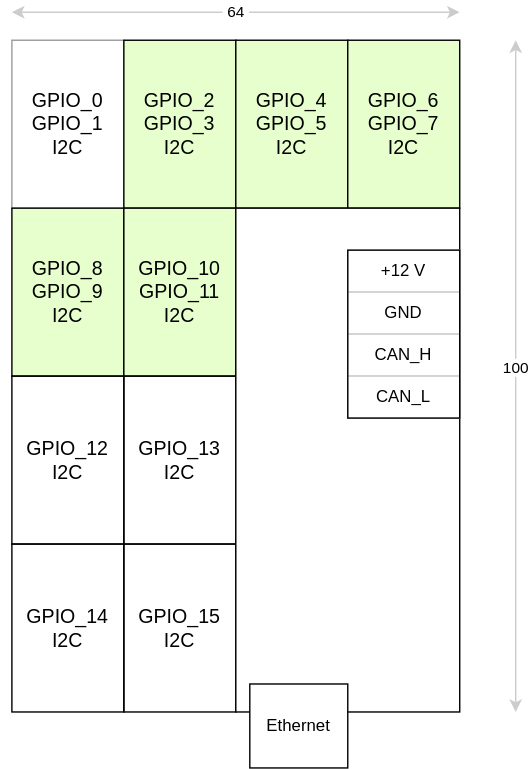
This is docs/esphome/extender2/eth_module.svg from atitoff/CSH4, a draw.io export, as it was before one commit. Source tidied: cells renumbered, new cells last; positions are measured from the earlier drawing's top-left corner, leaving out a move shared by most shapes.
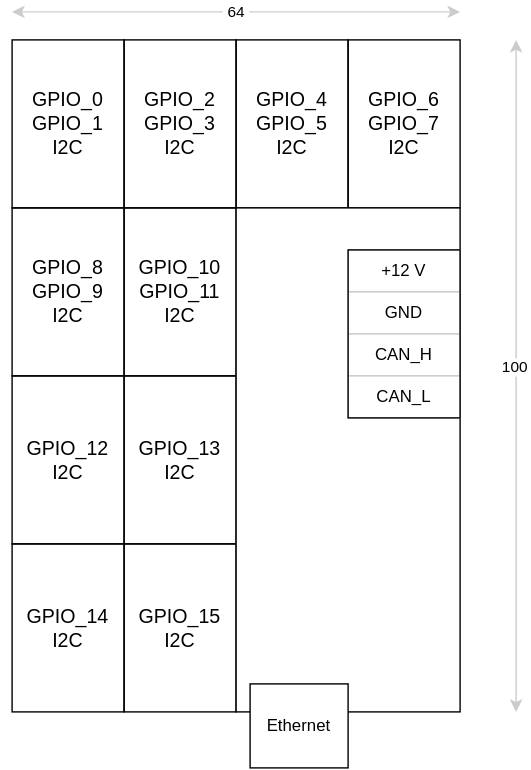
The same diagram one commit later.

Diff of the diagram source:
```diff
@@ -2,19 +2,19 @@
   <root>
     <mxCell id="0" />
     <mxCell id="1" parent="0" />
-    <mxCell id="2" value="GPIO_0&lt;div&gt;GPIO_1&lt;/div&gt;&lt;div&gt;I2C&lt;/div&gt;" style="rounded=0;whiteSpace=wrap;html=1;strokeColor=default;fillColor=default;fontSize=14;labelBorderColor=none;opacity=40;" parent="1" vertex="1">
+    <mxCell id="2" value="GPIO_0&lt;div&gt;GPIO_1&lt;/div&gt;&lt;div&gt;I2C&lt;/div&gt;" style="rounded=0;whiteSpace=wrap;html=1;strokeColor=#000000;fillColor=none;fontSize=14;labelBorderColor=none;fillStyle=auto;gradientColor=none;" parent="1" vertex="1">
       <mxGeometry y="20" width="80" height="120" as="geometry" />
     </mxCell>
-    <mxCell id="3" value="GPIO_2&lt;div&gt;GPIO_3&lt;/div&gt;&lt;div&gt;I2C&lt;/div&gt;" style="rounded=0;whiteSpace=wrap;html=1;strokeColor=default;fillColor=#E6FFCC;fontSize=14;" parent="1" vertex="1">
+    <mxCell id="3" value="GPIO_2&lt;div&gt;GPIO_3&lt;/div&gt;&lt;div&gt;I2C&lt;/div&gt;" style="rounded=0;whiteSpace=wrap;html=1;strokeColor=default;fillColor=none;fontSize=14;" parent="1" vertex="1">
       <mxGeometry x="80" y="20" width="80" height="120" as="geometry" />
     </mxCell>
-    <mxCell id="4" value="GPIO_4&lt;div&gt;GPIO_5&lt;/div&gt;&lt;div&gt;I2C&lt;/div&gt;" style="rounded=0;whiteSpace=wrap;html=1;strokeColor=default;fillColor=#E6FFCC;fontSize=14;" parent="1" vertex="1">
+    <mxCell id="4" value="GPIO_4&lt;div&gt;GPIO_5&lt;/div&gt;&lt;div&gt;I2C&lt;/div&gt;" style="rounded=0;whiteSpace=wrap;html=1;strokeColor=default;fillColor=none;fontSize=14;" parent="1" vertex="1">
       <mxGeometry x="160" y="20" width="80" height="120" as="geometry" />
     </mxCell>
-    <mxCell id="5" value="GPIO_8&lt;div&gt;GPIO_9&lt;/div&gt;&lt;div&gt;I2C&lt;/div&gt;" style="rounded=0;whiteSpace=wrap;html=1;strokeColor=default;fillColor=#E6FFCC;fontSize=14;" parent="1" vertex="1">
+    <mxCell id="5" value="GPIO_8&lt;div&gt;GPIO_9&lt;/div&gt;&lt;div&gt;I2C&lt;/div&gt;" style="rounded=0;whiteSpace=wrap;html=1;strokeColor=default;fillColor=none;fontSize=14;" parent="1" vertex="1">
       <mxGeometry y="140" width="80" height="120" as="geometry" />
     </mxCell>
-    <mxCell id="6" value="GPIO_10&lt;div&gt;GPIO_11&lt;br&gt;&lt;div&gt;I2C&lt;/div&gt;&lt;/div&gt;" style="rounded=0;whiteSpace=wrap;html=1;strokeColor=default;fillColor=#E6FFCC;fontSize=14;" parent="1" vertex="1">
+    <mxCell id="6" value="GPIO_10&lt;div&gt;GPIO_11&lt;br&gt;&lt;div&gt;I2C&lt;/div&gt;&lt;/div&gt;" style="rounded=0;whiteSpace=wrap;html=1;strokeColor=default;fillColor=none;fontSize=14;fillStyle=dots;" parent="1" vertex="1">
       <mxGeometry x="80" y="140" width="80" height="120" as="geometry" />
     </mxCell>
     <mxCell id="7" value="GPIO_12&lt;div&gt;&lt;div&gt;&lt;div&gt;I2C&lt;/div&gt;&lt;/div&gt;&lt;/div&gt;" style="rounded=0;whiteSpace=wrap;html=1;strokeColor=default;fillColor=none;fontSize=14;" parent="1" vertex="1">
@@ -29,7 +29,7 @@
     <mxCell id="10" value="GPIO_15&lt;div&gt;&lt;div&gt;&lt;div&gt;I2C&lt;/div&gt;&lt;/div&gt;&lt;/div&gt;" style="rounded=0;whiteSpace=wrap;html=1;strokeColor=default;fillColor=none;fontSize=14;" parent="1" vertex="1">
       <mxGeometry x="80" y="380" width="80" height="120" as="geometry" />
     </mxCell>
-    <mxCell id="11" value="GPIO_6&lt;div&gt;GPIO_7&lt;/div&gt;&lt;div&gt;I2C&lt;/div&gt;" style="rounded=0;whiteSpace=wrap;html=1;strokeColor=default;fillColor=#E6FFCC;fontSize=14;" parent="1" vertex="1">
+    <mxCell id="11" value="GPIO_6&lt;div&gt;GPIO_7&lt;/div&gt;&lt;div&gt;I2C&lt;/div&gt;" style="rounded=0;whiteSpace=wrap;html=1;strokeColor=default;fillColor=none;fontSize=14;" parent="1" vertex="1">
       <mxGeometry x="240" y="20" width="80" height="120" as="geometry" />
     </mxCell>
     <mxCell id="12" style="rounded=0;whiteSpace=wrap;html=1;" parent="1" vertex="1">
```
